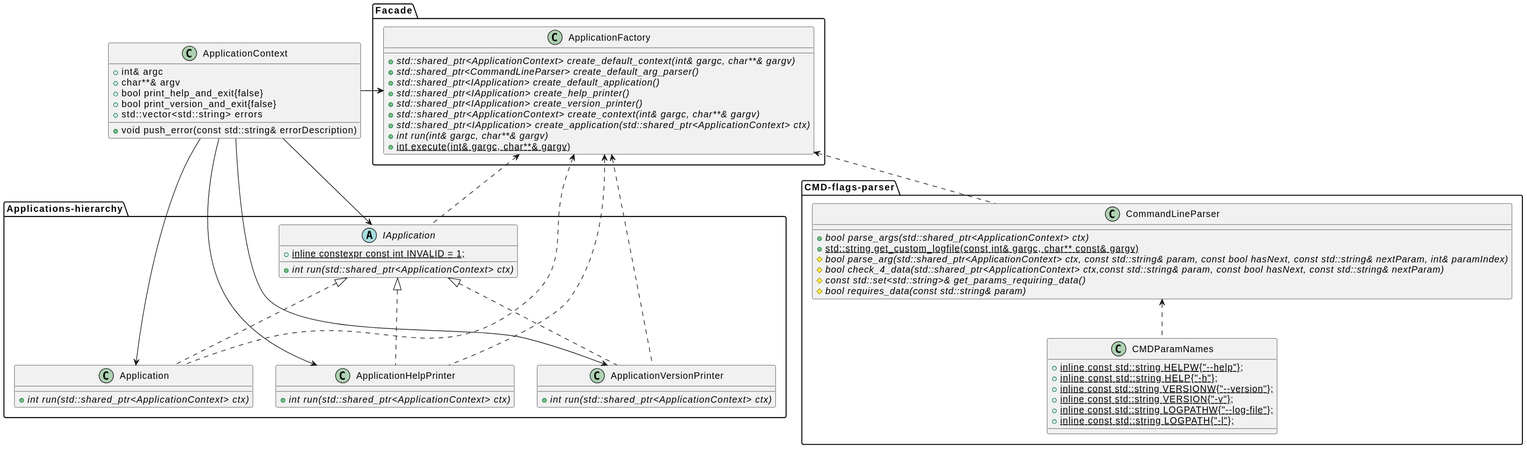
Earlier version of the PlantUML export doc/diagrams/images/template-project-app-structure.svg (yuriysydor1991/cpp-app-template). Source of this version:
```plantuml
@startuml
package Applications-hierarchy {
  abstract class IApplication {
    +{abstract} int run(std::shared_ptr<ApplicationContext> ctx)

    +{static}inline constexpr const int INVALID = 1;
  }

  class Application {
    +{abstract} int run(std::shared_ptr<ApplicationContext> ctx)
  }

  class ApplicationHelpPrinter {
    +{abstract} int run(std::shared_ptr<ApplicationContext> ctx)
  }

  class ApplicationVersionPrinter {
    +{abstract} int run(std::shared_ptr<ApplicationContext> ctx)
  }
}

class ApplicationContext {
  +int& argc
  +char**& argv
  +bool print_help_and_exit{false}
  +bool print_version_and_exit{false}
  +std::vector<std::string> errors
  +void push_error(const std::string& errorDescription)
}

package Facade {
  class ApplicationFactory {
    +{abstract} std::shared_ptr<ApplicationContext> create_default_context(int& gargc, char**& gargv)
    +{abstract} std::shared_ptr<CommandLineParser> create_default_arg_parser()
    +{abstract} std::shared_ptr<IApplication> create_default_application()
    +{abstract} std::shared_ptr<IApplication> create_help_printer()
    +{abstract} std::shared_ptr<IApplication> create_version_printer()
    +{abstract} std::shared_ptr<ApplicationContext> create_context(int& gargc, char**& gargv)
    +{abstract} std::shared_ptr<IApplication> create_application(std::shared_ptr<ApplicationContext> ctx)
    +{abstract} int run(int& gargc, char**& gargv)
    +{static} int execute(int& gargc, char**& gargv)
  }
}

package CMD-flags-parser {
  class CommandLineParser {
    +{abstract} bool parse_args(std::shared_ptr<ApplicationContext> ctx)
    +{static} std::string get_custom_logfile(const int& gargc, char** const& gargv)
    #{abstract} bool parse_arg(std::shared_ptr<ApplicationContext> ctx, const std::string& param, const bool hasNext, const std::string& nextParam, int& paramIndex)
    #{abstract} bool check_4_data(std::shared_ptr<ApplicationContext> ctx,const std::string& param, const bool hasNext, const std::string& nextParam)
    #{abstract} const std::set<std::string>& get_params_requiring_data()
    #{abstract} bool requires_data(const std::string& param)
  }

  class CMDParamNames {
    +{static} inline const std::string HELPW{"--help"};
    +{static} inline const std::string HELP{"-h"};
    +{static} inline const std::string VERSIONW{"--version"};
    +{static} inline const std::string VERSION{"-v"};
    +{static} inline const std::string LOGPATHW{"--log-file"};
    +{static} inline const std::string LOGPATH{"-l"};
  }
}

IApplication <|.. Application
IApplication <|.. ApplicationHelpPrinter
IApplication <|.. ApplicationVersionPrinter

ApplicationContext --> IApplication
ApplicationContext --> Application
ApplicationContext --> ApplicationHelpPrinter
ApplicationContext --> ApplicationVersionPrinter
ApplicationContext --> ApplicationFactory

ApplicationFactory <.. IApplication
ApplicationFactory <.. Application
ApplicationFactory <.. ApplicationHelpPrinter
ApplicationFactory <.. ApplicationVersionPrinter
ApplicationFactory <.. ApplicationContext
ApplicationFactory <.. CommandLineParser

CommandLineParser <.. CMDParamNames
@enduml
```
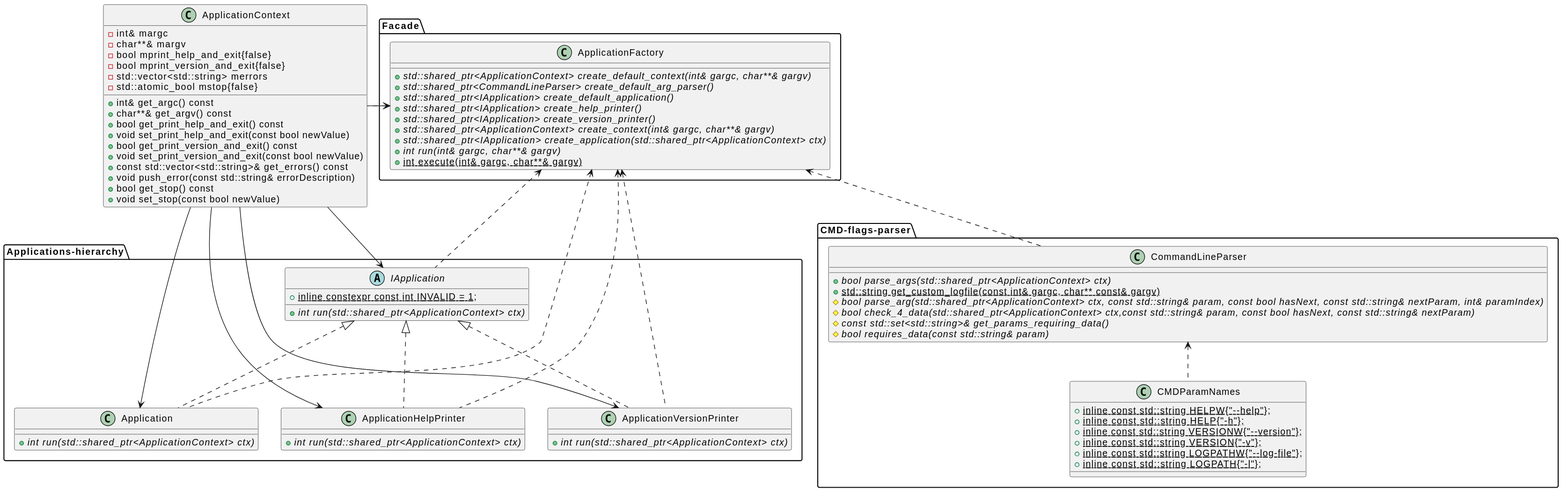
After the change.

What changed in the source:
```diff
@@ -20,12 +20,22 @@
 }
 
 class ApplicationContext {
-  +int& argc
-  +char**& argv
-  +bool print_help_and_exit{false}
-  +bool print_version_and_exit{false}
-  +std::vector<std::string> errors
+  -int& margc
+  -char**& margv
+  -bool mprint_help_and_exit{false}
+  -bool mprint_version_and_exit{false}
+  -std::vector<std::string> merrors
+  -std::atomic_bool mstop{false}
+  +int& get_argc() const
+  +char**& get_argv() const
+  +bool get_print_help_and_exit() const
+  +void set_print_help_and_exit(const bool newValue)
+  +bool get_print_version_and_exit() const
+  +void set_print_version_and_exit(const bool newValue)
+  +const std::vector<std::string>& get_errors() const
   +void push_error(const std::string& errorDescription)
+  +bool get_stop() const
+  +void set_stop(const bool newValue)
 }
 
 package Facade {
```
